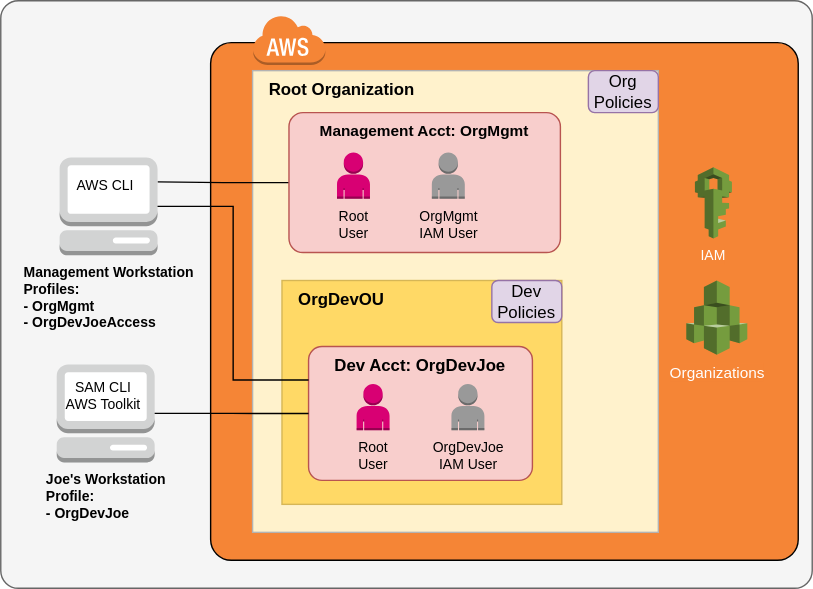
Above: src/assets/img/AwsSetupUsers1.svg in InSciCo/InSciCo (draw.io), before the change. Source tidied: cells renumbered, new cells last; positions are measured from the earlier drawing's top-left corner, leaving out a move shared by most shapes.
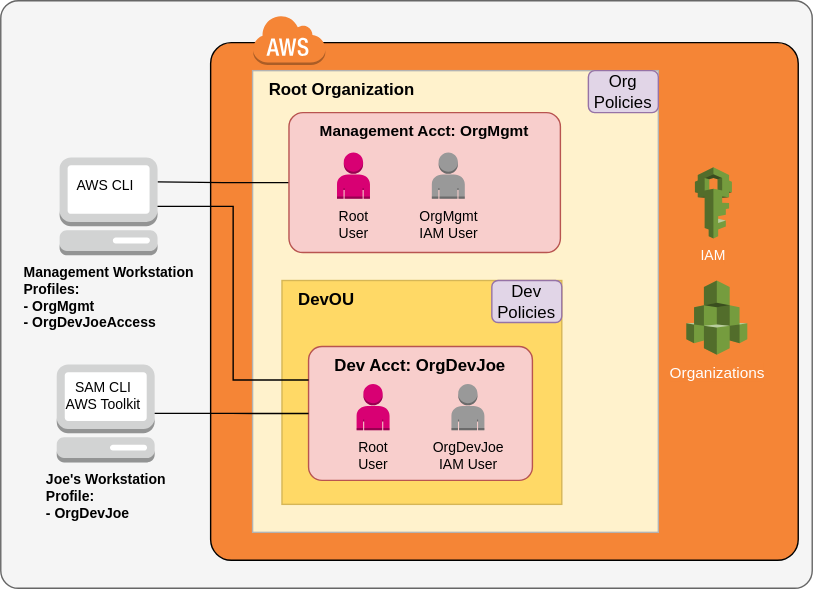
Above is the later version.

Diff of the diagram source:
```diff
@@ -32,7 +32,7 @@
     <mxCell id="11" style="group;" parent="1" vertex="1">
       <mxGeometry x="201" y="180" width="200" height="230" as="geometry" />
     </mxCell>
-    <mxCell id="12" value="OrgDevOU" style="rounded=0;whiteSpace=wrap;html=1;strokeColor=#d6b656;verticalAlign=top;align=left;spacingLeft=10;fontStyle=1;fillColor=#FFD966;" parent="11" vertex="1">
+    <mxCell id="12" value="DevOU" style="rounded=0;whiteSpace=wrap;html=1;strokeColor=#d6b656;verticalAlign=top;align=left;spacingLeft=10;fontStyle=1;fillColor=#FFD966;" parent="11" vertex="1">
       <mxGeometry y="20" width="200" height="160" as="geometry" />
     </mxCell>
     <mxCell id="13" value="Dev Policies" style="rounded=1;whiteSpace=wrap;html=1;fillColor=#e1d5e7;strokeColor=#9673a6;" parent="11" vertex="1">
```
